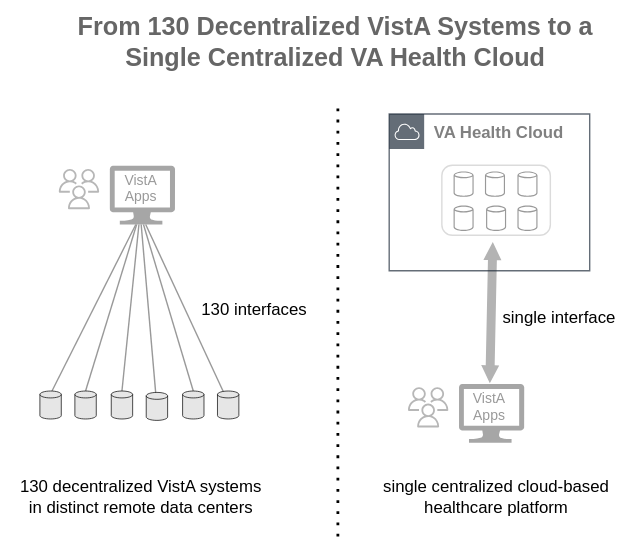
cloudvista/vaa keeps this draw.io diagram as img/vista-to-vaec.svg. Above is the earlier version. Source tidied: cells renumbered, new cells last; positions are measured from the earlier drawing's top-left corner, leaving out a move shared by most shapes.
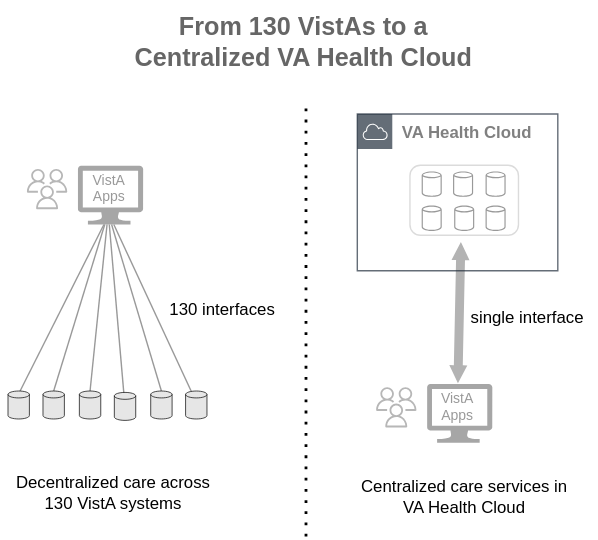
After the commit.

Diff of the diagram source:
```diff
@@ -44,14 +44,11 @@
     <mxCell id="13" value="&lt;font color=&quot;#808080&quot;&gt;&lt;b&gt;VA Health Cloud&lt;/b&gt;&lt;/font&gt;" style="gradientColor=none;html=1;whiteSpace=wrap;fontSize=12;fontStyle=0;shape=mxgraph.aws4.group;grIcon=mxgraph.aws4.group_aws_cloud;strokeColor=#232F3E;fillColor=none;verticalAlign=top;align=left;spacingLeft=30;fontColor=#232F3E;dashed=0;strokeWidth=1;opacity=70;" parent="1" vertex="1">
       <mxGeometry x="277.7" y="81" width="143.3" height="112" as="geometry" />
     </mxCell>
-    <mxCell id="14" value="130 decentralized VistA systems&lt;br&gt;in&amp;nbsp;distinct remote data centers" style="text;html=1;align=center;verticalAlign=middle;strokeColor=none;fillColor=none;" parent="1" vertex="1">
-      <mxGeometry x="-0.4" y="335" width="200" height="40" as="geometry" />
-    </mxCell>
-    <mxCell id="15" value="&lt;font color=&quot;#666666&quot; size=&quot;1&quot; style=&quot;&quot;&gt;&lt;b style=&quot;font-size: 18px;&quot;&gt;From 130 Decentralized VistA Systems to a &lt;br&gt;Single Centralized VA Health Cloud&lt;/b&gt;&lt;/font&gt;" style="text;html=1;align=center;verticalAlign=middle;strokeColor=none;fillColor=none;" parent="1" vertex="1">
-      <mxGeometry x="44.3" width="390" height="60" as="geometry" />
+    <mxCell id="15" value="&lt;font color=&quot;#666666&quot; size=&quot;1&quot; style=&quot;&quot;&gt;&lt;b style=&quot;font-size: 18px;&quot;&gt;From 130 VistAs to a &lt;br&gt;Centralized VA Health Cloud&lt;/b&gt;&lt;/font&gt;" style="text;html=1;align=center;verticalAlign=middle;strokeColor=none;fillColor=none;" parent="1" vertex="1">
+      <mxGeometry x="109.3" width="260" height="60" as="geometry" />
     </mxCell>
-    <mxCell id="16" value="single centralized cloud-based &lt;br&gt;healthcare platform" style="text;html=1;align=center;verticalAlign=middle;strokeColor=none;fillColor=none;" parent="1" vertex="1">
-      <mxGeometry x="264.1" y="335" width="180" height="40" as="geometry" />
+    <mxCell id="16" value="Centralized care services in&lt;br&gt;VA Health Cloud" style="text;html=1;align=center;verticalAlign=middle;strokeColor=none;fillColor=none;" parent="1" vertex="1">
+      <mxGeometry x="269.1" y="335" width="170" height="40" as="geometry" />
     </mxCell>
     <mxCell id="17" value="&lt;font color=&quot;#999999&quot;&gt;VistA&lt;br style=&quot;font-size: 10px;&quot;&gt;Apps&lt;/font&gt;" style="text;html=1;align=center;verticalAlign=middle;strokeColor=none;fillColor=none;fontSize=10;" parent="1" vertex="1">
       <mxGeometry x="74.6" y="114" width="50" height="40" as="geometry" />
@@ -121,5 +118,8 @@
     <mxCell id="34" value="single interface" style="text;html=1;align=center;verticalAlign=middle;strokeColor=none;fillColor=none;" parent="1" vertex="1">
       <mxGeometry x="348.7" y="212" width="100" height="30" as="geometry" />
     </mxCell>
+    <mxCell id="35" value="Decentralized care across &lt;br&gt;130 VistA systems&lt;br&gt;" style="text;html=1;align=center;verticalAlign=middle;strokeColor=none;fillColor=none;" parent="1" vertex="1">
+      <mxGeometry x="23.3" y="332" width="160" height="40" as="geometry" />
+    </mxCell>
   </root>
 </mxGraphModel>
```
